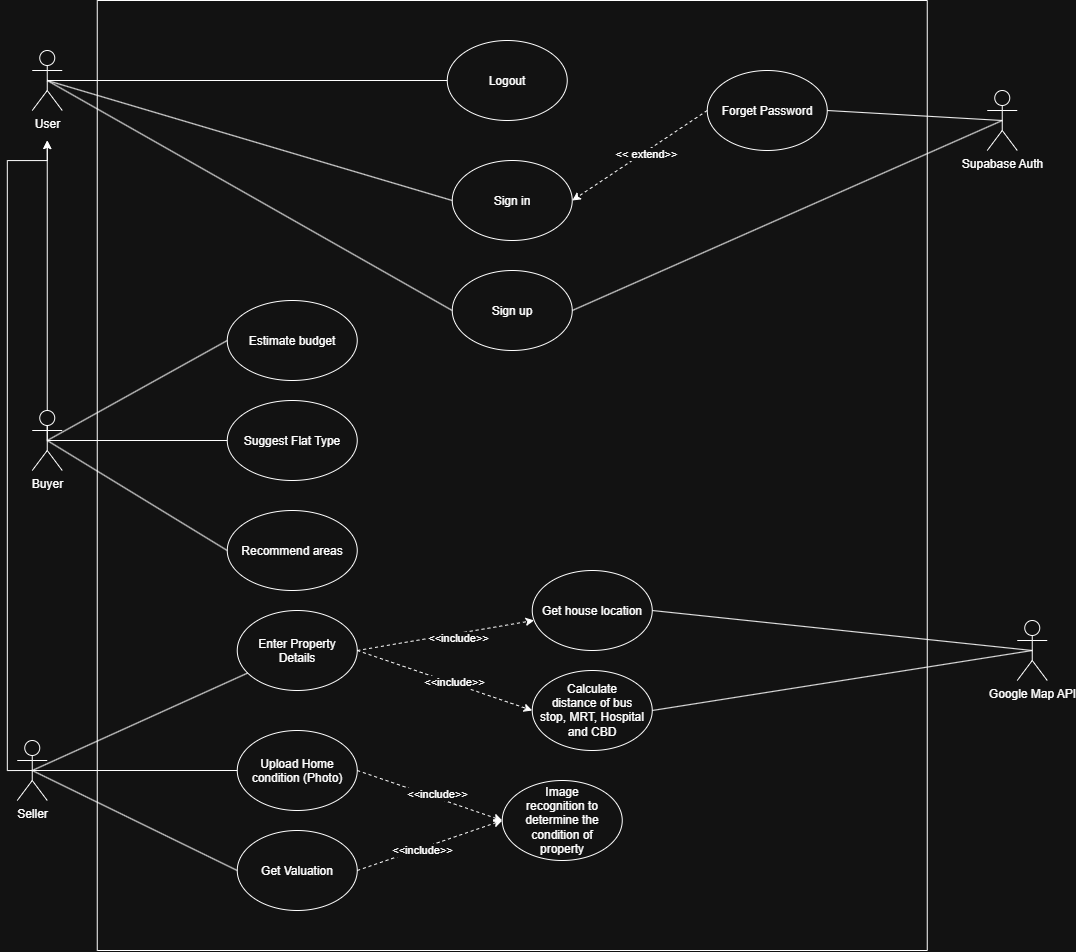
The draw.io diagram Lab 1/Usecase Diagram.png in ArunKarthick19/SC3040-GRP4, before a commit. Source tidied: cells renumbered, new cells last; positions are measured from the earlier drawing's top-left corner, leaving out a move shared by most shapes.
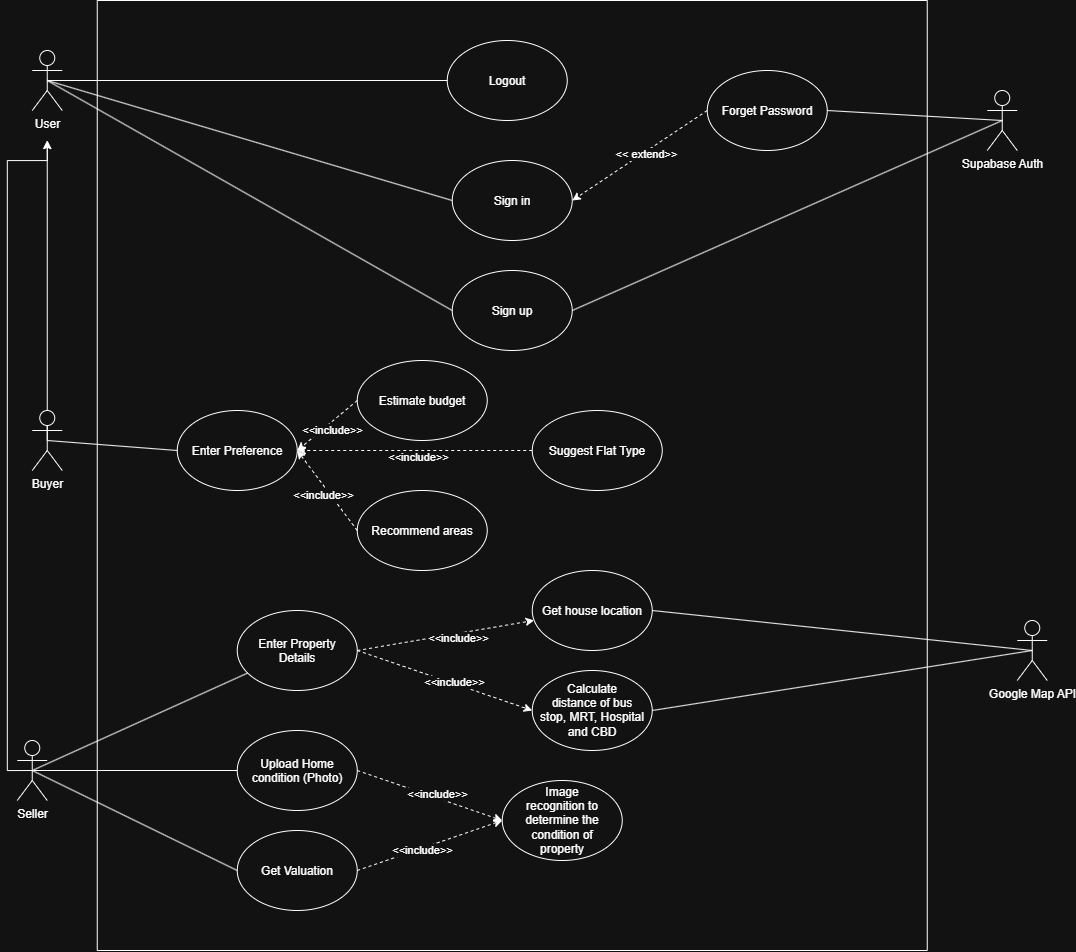
Above is the later version.

The edit, as a diff of the source:
```diff
@@ -21,7 +21,7 @@
       <mxGeometry x="140" y="830" width="120" height="80" as="geometry" />
     </mxCell>
     <mxCell id="8" value="Suggest Flat Type" style="ellipse;whiteSpace=wrap;html=1;shapeInside=1;" parent="2" vertex="1">
-      <mxGeometry x="130" y="400" width="130" height="80" as="geometry" />
+      <mxGeometry x="435" y="410" width="130" height="80" as="geometry" />
     </mxCell>
     <mxCell id="9" style="edgeStyle=orthogonalEdgeStyle;rounded=0;jettySize=auto;html=1;exitX=0.5;exitY=0.5;exitDx=0;exitDy=0;exitPerimeter=0;" parent="2" edge="1" source="38">
       <mxGeometry relative="1" as="geometry">
@@ -29,10 +29,10 @@
       </mxGeometry>
     </mxCell>
     <mxCell id="10" value="Estimate budget" style="ellipse;whiteSpace=wrap;html=1;shapeInside=1;" parent="2" vertex="1">
-      <mxGeometry x="130" y="300" width="130" height="80" as="geometry" />
+      <mxGeometry x="260" y="360" width="130" height="80" as="geometry" />
     </mxCell>
     <mxCell id="11" value="Recommend areas" style="ellipse;whiteSpace=wrap;html=1;shapeInside=1;" parent="2" vertex="1">
-      <mxGeometry x="130" y="510" width="130" height="80" as="geometry" />
+      <mxGeometry x="260" y="490" width="130" height="80" as="geometry" />
     </mxCell>
     <mxCell id="12" value="Forget Password" style="ellipse;whiteSpace=wrap;html=1;shapeInside=1;" parent="2" vertex="1">
       <mxGeometry x="610" y="70" width="120" height="80" as="geometry" />
@@ -79,6 +79,27 @@
     <mxCell id="26" value="Logout" style="ellipse;whiteSpace=wrap;html=1;shapeInside=1;" parent="2" vertex="1">
       <mxGeometry x="350" y="40" width="120" height="80" as="geometry" />
     </mxCell>
+    <mxCell id="46" value="Enter Preference" style="ellipse;whiteSpace=wrap;html=1;shapeInside=1;" parent="2" vertex="1">
+      <mxGeometry x="80" y="410" width="120" height="80" as="geometry" />
+    </mxCell>
+    <mxCell id="47" style="endArrow=classic;html=1;rounded=0;exitX=0;exitY=0.5;exitDx=0;exitDy=0;entryX=1;entryY=0.5;entryDx=0;entryDy=0;dashed=1;" parent="2" edge="1" source="10" target="46">
+      <mxGeometry relative="1" as="geometry" />
+    </mxCell>
+    <mxCell id="48" value="&amp;lt;&amp;lt;include&amp;gt;&amp;gt;" style="edgeLabel;html=1;align=center;verticalAlign=middle;" parent="47" vertex="1">
+      <mxGeometry x="-0.02" y="6" relative="1" as="geometry" />
+    </mxCell>
+    <mxCell id="49" style="endArrow=classic;html=1;rounded=0;exitX=0;exitY=0.5;exitDx=0;exitDy=0;entryX=1;entryY=0.5;entryDx=0;entryDy=0;dashed=1;" parent="2" edge="1" source="11" target="46">
+      <mxGeometry relative="1" as="geometry" />
+    </mxCell>
+    <mxCell id="50" value="&amp;lt;&amp;lt;include&amp;gt;&amp;gt;" style="edgeLabel;html=1;align=center;verticalAlign=middle;" parent="49" vertex="1">
+      <mxGeometry x="-0.02" y="6" relative="1" as="geometry" />
+    </mxCell>
+    <mxCell id="51" style="endArrow=classic;html=1;rounded=0;exitX=0;exitY=0.5;exitDx=0;exitDy=0;entryX=1;entryY=0.5;entryDx=0;entryDy=0;dashed=1;" parent="2" edge="1" source="8" target="46">
+      <mxGeometry relative="1" as="geometry" />
+    </mxCell>
+    <mxCell id="52" value="&amp;lt;&amp;lt;include&amp;gt;&amp;gt;" style="edgeLabel;html=1;align=center;verticalAlign=middle;" parent="51" vertex="1">
+      <mxGeometry x="-0.02" y="6" relative="1" as="geometry" />
+    </mxCell>
     <mxCell id="27" value="User" style="shape=umlActor;verticalLabelPosition=bottom;verticalAlign=top;html=1;" parent="1" vertex="1">
       <mxGeometry x="25" y="50" width="30" height="60" as="geometry" />
     </mxCell>
@@ -122,15 +143,6 @@
     <mxCell id="38" value="Buyer" style="shape=umlActor;verticalLabelPosition=bottom;verticalAlign=top;html=1;" parent="1" vertex="1">
       <mxGeometry x="25" y="410" width="30" height="60" as="geometry" />
     </mxCell>
-    <mxCell id="39" style="rounded=0;jettySize=auto;html=1;exitX=0.5;exitY=0.5;exitDx=0;exitDy=0;exitPerimeter=0;entryX=0;entryY=0.5;entryDx=0;entryDy=0;endArrow=none;endFill=0;" parent="1" edge="1" source="38" target="10">
-      <mxGeometry relative="1" as="geometry" />
-    </mxCell>
-    <mxCell id="40" style="rounded=0;jettySize=auto;html=1;exitX=0.5;exitY=0.5;exitDx=0;exitDy=0;exitPerimeter=0;endArrow=none;endFill=0;" parent="1" edge="1" source="38" target="8">
-      <mxGeometry relative="1" as="geometry" />
-    </mxCell>
-    <mxCell id="41" style="rounded=0;jettySize=auto;html=1;exitX=0.5;exitY=0.5;exitDx=0;exitDy=0;exitPerimeter=0;entryX=0;entryY=0.5;entryDx=0;entryDy=0;endArrow=none;endFill=0;" parent="1" edge="1" source="38" target="11">
-      <mxGeometry relative="1" as="geometry" />
-    </mxCell>
     <mxCell id="42" value="Seller" style="shape=umlActor;verticalLabelPosition=bottom;verticalAlign=top;html=1;" parent="1" vertex="1">
       <mxGeometry x="10" y="740" width="30" height="60" as="geometry" />
     </mxCell>
@@ -143,5 +155,8 @@
     <mxCell id="45" style="rounded=0;jettySize=auto;html=1;exitX=0.5;exitY=0.5;exitDx=0;exitDy=0;exitPerimeter=0;endArrow=none;endFill=0;" parent="1" edge="1" source="42" target="6">
       <mxGeometry relative="1" as="geometry" />
     </mxCell>
+    <mxCell id="53" style="endArrow=none;html=1;rounded=0;entryX=0.5;entryY=0.5;entryDx=0;entryDy=0;entryPerimeter=0;exitX=0;exitY=0.5;exitDx=0;exitDy=0;" parent="1" edge="1" source="46" target="38">
+      <mxGeometry relative="1" as="geometry" />
+    </mxCell>
   </root>
 </mxGraphModel>
```
